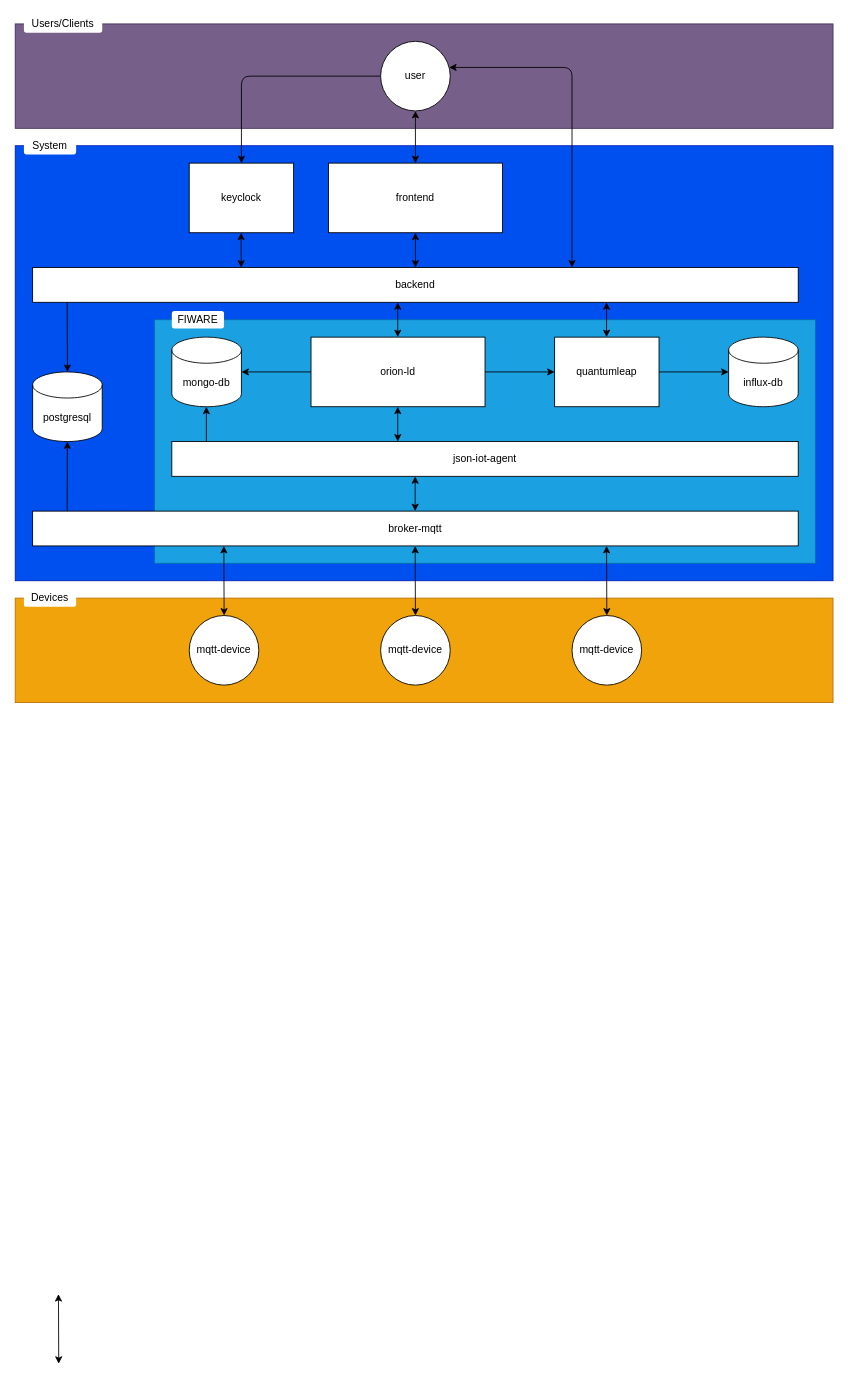
The draw.io diagram document.drawio in LuizTakeda/masters-system, before the edit. Source tidied: cells renumbered, new cells numbered last; positions are measured from the earlier drawing's top-left corner, leaving out a move shared by most shapes. Both pictures are drawn from the tidied source at 87%, with x=0, y=0 at pixel (15, 15).
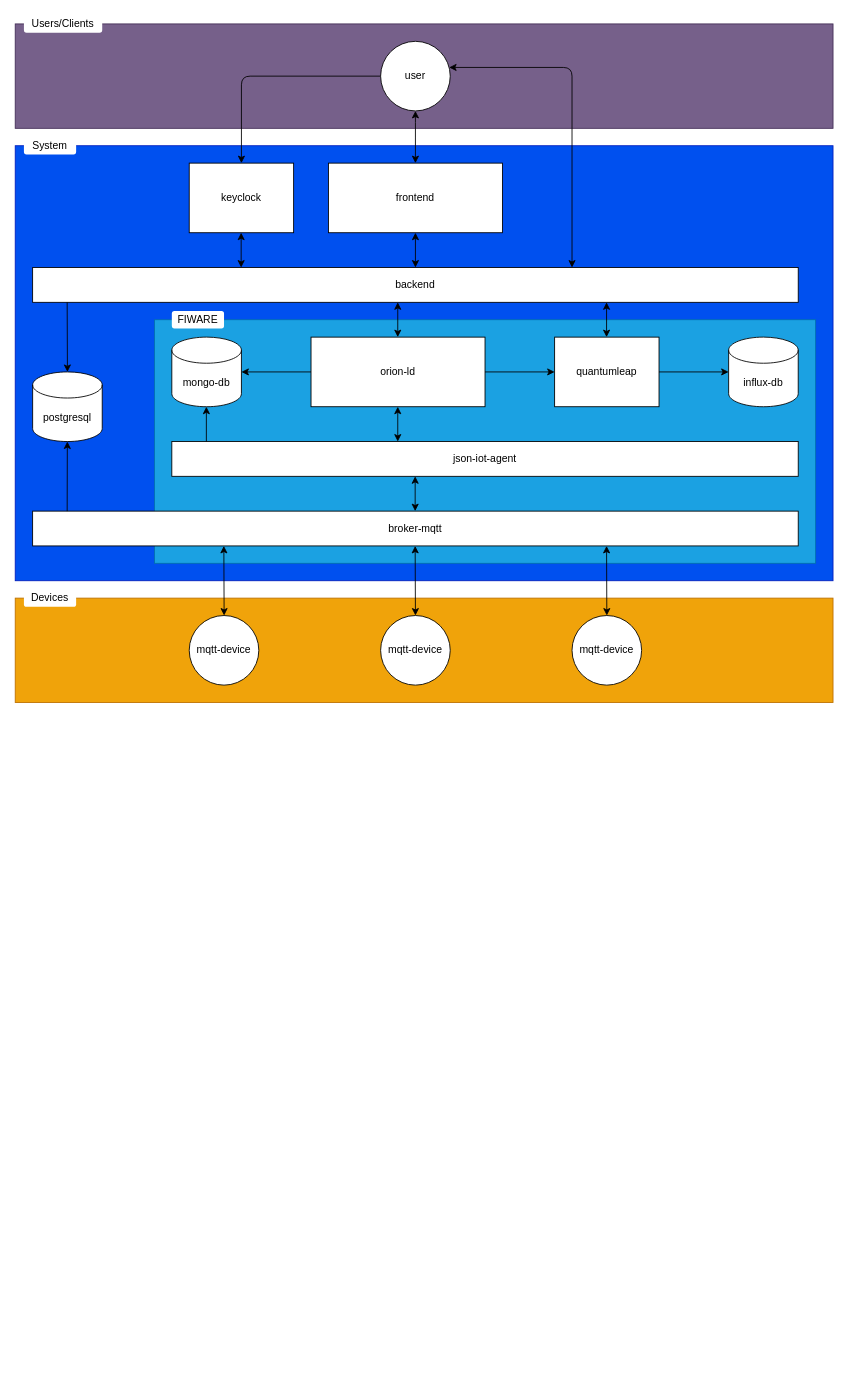
Above is the later version.

Commit message (it also covers changes not shown here):
chroe(core): update img

Diff of the diagram source:
```diff
@@
-    <mxCell id="27" style="edgeStyle=none;html=1;endArrow=classic;endFill=1;startArrow=classic;startFill=1;" parent="1" edge="1">
-      <mxGeometry relative="1" as="geometry">
-        <mxPoint x="49.7" y="1470" as="sourcePoint" />
-        <mxPoint x="50" y="1550" as="targetPoint" />
-      </mxGeometry>
-    </mxCell>
```
